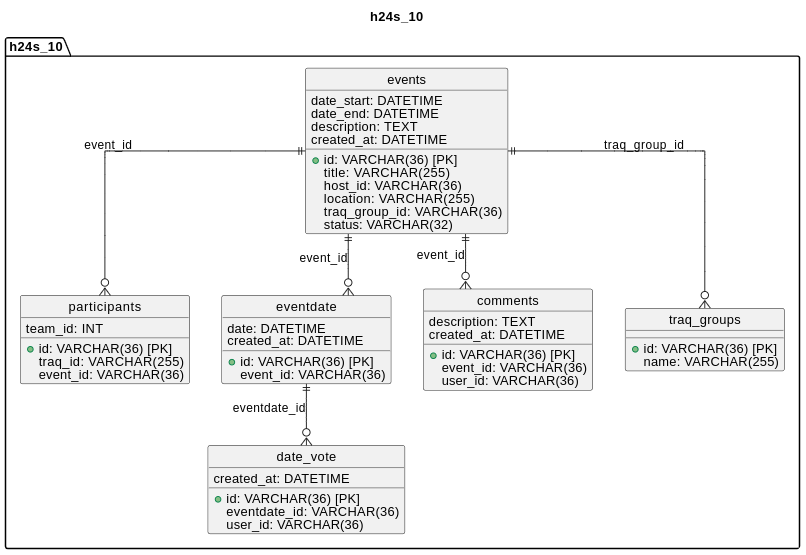
Earlier version of the PlantUML export docs/erd.png (traP-jp/h24s_10). Its source is kept beside it as docs/erd.puml.
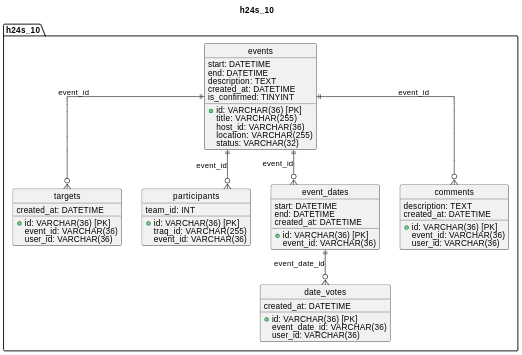
The same diagram one commit later.

Commit message:
erd.pumlの変更^

Diff of the diagram source:
```diff
@@ -10,14 +10,21 @@
     entity "events" {
         + id: VARCHAR(36) [PK]
         title: VARCHAR(255)
-        date_start: DATETIME
-        date_end: DATETIME
+        start: DATETIME
+        end: DATETIME
         host_id: VARCHAR(36)
         location: VARCHAR(255)
-        traq_group_id: VARCHAR(36)
         description: TEXT
         created_at: DATETIME
+        is_confirmed: TINYINT
         status: VARCHAR(32)
+    }
+
+    entity "targets" {
+        + id: VARCHAR(36) [PK]
+        event_id: VARCHAR(36)
+        user_id: VARCHAR(36)
+        created_at: DATETIME
     }
 
     entity "participants" {
@@ -27,16 +34,17 @@
         team_id: INT
     }
 
-    entity "eventdate" {
+    entity "event_dates" {
         + id: VARCHAR(36) [PK]
         event_id: VARCHAR(36)
-        date: DATETIME
+        start: DATETIME
+        end: DATETIME
         created_at: DATETIME
     }
 
-    entity "date_vote" {
+    entity "date_votes" {
         + id: VARCHAR(36) [PK]
-        eventdate_id: VARCHAR(36)
+        event_date_id: VARCHAR(36)
         user_id: VARCHAR(36)
         created_at: DATETIME
     }
@@ -48,17 +56,12 @@
         description: TEXT
         created_at: DATETIME
     }
-
-    entity "traq_groups" {
-        + id: VARCHAR(36) [PK]
-        name: VARCHAR(255)
-    }
 }
 
 events ||--o{ participants: "event_id"
-events ||--o{ eventdate: "event_id"
-eventdate ||--o{ date_vote: "eventdate_id"
+events ||--o{ event_dates: "event_id"
+event_dates ||--o{ date_votes: "event_date_id"
 events ||--o{ comments: "event_id"
-events ||--o{ traq_groups: "traq_group_id"
+events ||--o{ targets: "event_id"
 
 @enduml
```
